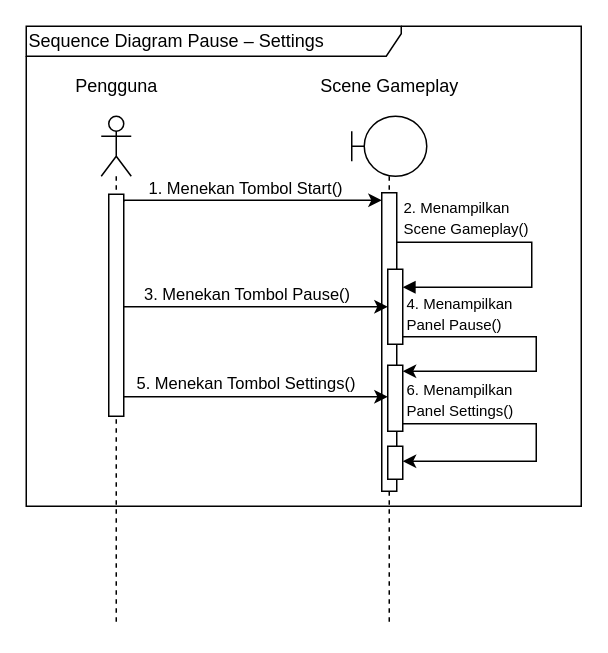
Earlier version of the draw.io diagram skripsi/skripsi/gambar/BAB III/Sequence Diagram/Sequence Diagram Pause – Settings.drawio (hako-975/UNPAM-File). Source tidied: cells renumbered, new cells numbered last; positions are measured from the earlier drawing's top-left corner, leaving out a move shared by most shapes. Both pictures are drawn from the tidied source at 150%, with x=0, y=0 at pixel (26, 26).
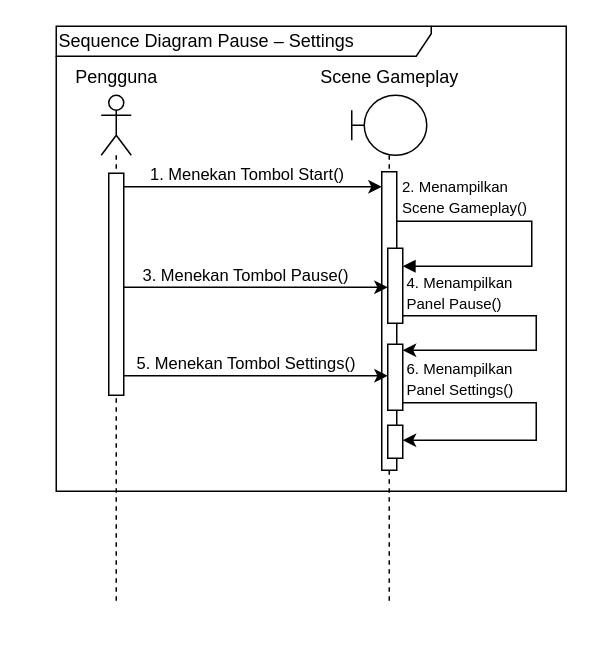
After the change.

Unchanged cells that the change refers to:
```xml
<mxCell id="3" style="html=1;points=[[0,0,0,0,5],[0,1,0,0,-5],[1,0,0,0,5],[1,1,0,0,-5]];perimeter=orthogonalPerimeter;outlineConnect=0;targetShapes=umlLifeline;portConstraint=eastwest;newEdgeStyle={&quot;curved&quot;:0,&quot;rounded&quot;:0};" parent="2" vertex="1">
  <mxGeometry x="5" y="52" width="10" height="148" as="geometry" />
</mxCell>
<mxCell id="7" style="html=1;points=[[0,0,0,0,5],[0,1,0,0,-5],[1,0,0,0,5],[1,1,0,0,-5]];perimeter=orthogonalPerimeter;outlineConnect=0;targetShapes=umlLifeline;portConstraint=eastwest;newEdgeStyle={&quot;curved&quot;:0,&quot;rounded&quot;:0};" parent="6" vertex="1">
  <mxGeometry x="20" y="51" width="10" height="199" as="geometry" />
</mxCell>
<mxCell id="10" style="html=1;points=[[0,0,0,0,5],[0,1,0,0,-5],[1,0,0,0,5],[1,1,0,0,-5]];perimeter=orthogonalPerimeter;outlineConnect=0;targetShapes=umlLifeline;portConstraint=eastwest;newEdgeStyle={&quot;curved&quot;:0,&quot;rounded&quot;:0};" parent="6" vertex="1">
  <mxGeometry x="24" y="102" width="10" height="50" as="geometry" />
</mxCell>
```

Change to the diagram source:
```diff
@@
     <mxCell id="2" value="&lt;div&gt;&lt;/div&gt;" style="shape=umlLifeline;perimeter=lifelinePerimeter;whiteSpace=wrap;html=1;newEdgeStyle={&quot;curved&quot;:0,&quot;rounded&quot;:0};participant=umlActor;size=40;" parent="1" vertex="1">
-      <mxGeometry x="50" y="60" width="20" height="340" as="geometry" />
+      <mxGeometry x="50" y="46" width="20" height="340" as="geometry" />
     </mxCell>
@@
     <mxCell id="4" value="&lt;div&gt;Pengguna&lt;/div&gt;" style="text;html=1;align=center;verticalAlign=middle;strokeColor=none;fillColor=none;" parent="1" vertex="1">
-      <mxGeometry x="20" y="25" width="80" height="30" as="geometry" />
+      <mxGeometry x="20" y="19" width="80" height="30" as="geometry" />
     </mxCell>
     <mxCell id="5" value="Sequence Diagram Pause – Settings" style="shape=umlFrame;whiteSpace=wrap;html=1;width=250;height=20;align=left;" parent="1" vertex="1">
-      <mxGeometry width="370" height="320" as="geometry" />
+      <mxGeometry x="20" width="340" height="310" as="geometry" />
     </mxCell>
     <mxCell id="6" style="shape=umlLifeline;perimeter=lifelinePerimeter;whiteSpace=wrap;html=1;newEdgeStyle={&quot;curved&quot;:0,&quot;rounded&quot;:0};participant=umlBoundary;" parent="1" vertex="1">
-      <mxGeometry x="217" y="60" width="50" height="339" as="geometry" />
+      <mxGeometry x="217" y="46" width="50" height="339" as="geometry" />
     </mxCell>
@@
     <mxCell id="14" value="&lt;div&gt;Scene Gameplay&lt;/div&gt;" style="text;html=1;align=center;verticalAlign=middle;strokeColor=none;fillColor=none;" parent="1" vertex="1">
-      <mxGeometry x="182" y="25" width="120" height="30" as="geometry" />
+      <mxGeometry x="182" y="19" width="120" height="30" as="geometry" />
     </mxCell>
-    <mxCell id="15" style="edgeStyle=orthogonalEdgeStyle;rounded=0;jettySize=auto;html=1;curved=0;entryX=0;entryY=0;entryDx=0;entryDy=5;entryPerimeter=0;exitX=1;exitY=0;exitDx=0;exitDy=5;exitPerimeter=0;" parent="1" edge="1" source="3" target="7">
+    <mxCell id="15" style="rounded=0;orthogonalLoop=1;jettySize=auto;html=1;exitX=1;exitY=0;exitDx=0;exitDy=5;exitPerimeter=0;" parent="1" edge="1">
       <mxGeometry relative="1" as="geometry">
-        <Array as="points">
-          <mxPoint x="65" y="116" />
-        </Array>
+        <mxPoint x="65" y="107" as="sourcePoint" />
+        <mxPoint x="237" y="107" as="targetPoint" />
       </mxGeometry>
     </mxCell>
@@
     <mxCell id="17" value="&lt;span style=&quot;font-size: 10px;&quot;&gt;2. Menampilkan&amp;nbsp;&lt;/span&gt;&lt;div&gt;&lt;span style=&quot;font-size: 10px;&quot;&gt;Scene&amp;nbsp;&lt;/span&gt;&lt;span style=&quot;font-size: 10px;&quot;&gt;Gameplay()&lt;/span&gt;&lt;/div&gt;" style="edgeLabel;html=1;align=left;verticalAlign=middle;" parent="15" vertex="1">
       <mxGeometry x="-0.33" y="1" relative="1" as="geometry">
-        <mxPoint x="128" y="12" as="offset" />
+        <mxPoint x="126" y="7" as="offset" />
       </mxGeometry>
     </mxCell>
-    <mxCell id="18" style="edgeStyle=orthogonalEdgeStyle;rounded=0;jettySize=auto;html=1;curved=0;" parent="1" edge="1" source="3" target="10">
-      <mxGeometry relative="1" as="geometry">
-        <Array as="points">
-          <mxPoint x="110" y="187" />
-          <mxPoint x="110" y="187" />
-        </Array>
-      </mxGeometry>
-    </mxCell>
     <mxCell id="19" value="3. Menekan Tombol Pause()" style="edgeLabel;html=1;align=left;verticalAlign=middle;" parent="1" vertex="1">
-      <mxGeometry x="77" y="178" as="geometry" />
+      <mxGeometry x="76" y="165" as="geometry" />
     </mxCell>
     <mxCell id="20" value="&lt;span style=&quot;font-size: 10px;&quot;&gt;4. Menampilkan&amp;nbsp;&lt;/span&gt;&lt;div&gt;&lt;span style=&quot;font-size: 10px;&quot;&gt;Panel Pause&lt;/span&gt;&lt;span style=&quot;font-size: 10px;&quot;&gt;()&lt;/span&gt;&lt;/div&gt;" style="edgeLabel;html=1;align=left;verticalAlign=middle;" parent="1" vertex="1">
-      <mxGeometry x="252" y="191" as="geometry" />
+      <mxGeometry x="252" y="177" as="geometry" />
     </mxCell>
-    <mxCell id="21" style="edgeStyle=orthogonalEdgeStyle;rounded=0;jettySize=auto;html=1;curved=0;" parent="1" edge="1" source="3">
-      <mxGeometry relative="1" as="geometry">
-        <mxPoint x="241" y="247" as="targetPoint" />
-        <Array as="points">
-          <mxPoint x="110" y="247" />
-          <mxPoint x="110" y="247" />
-        </Array>
-      </mxGeometry>
-    </mxCell>
     <mxCell id="22" value="5. Menekan Tombol Settings()" style="edgeLabel;html=1;align=left;verticalAlign=middle;" parent="1" vertex="1">
-      <mxGeometry x="72" y="237.7" as="geometry" />
+      <mxGeometry x="72" y="224.7" as="geometry" />
     </mxCell>
     <mxCell id="23" value="&lt;span style=&quot;font-size: 10px;&quot;&gt;6. Menampilkan&lt;br&gt;Panel Settings()&lt;/span&gt;" style="edgeLabel;html=1;align=left;verticalAlign=middle;" parent="1" vertex="1">
-      <mxGeometry x="252" y="248" as="geometry" />
+      <mxGeometry x="252" y="234" as="geometry" />
     </mxCell>
+    <mxCell id="24" style="rounded=0;orthogonalLoop=1;jettySize=auto;html=1;" parent="1" edge="1">
+      <mxGeometry relative="1" as="geometry">
+        <mxPoint x="65" y="174" as="sourcePoint" />
+        <mxPoint x="241" y="174" as="targetPoint" />
+      </mxGeometry>
+    </mxCell>
+    <mxCell id="25" style="rounded=0;orthogonalLoop=1;jettySize=auto;html=1;" parent="1" edge="1">
+      <mxGeometry relative="1" as="geometry">
+        <mxPoint x="65" y="233" as="sourcePoint" />
+        <mxPoint x="241" y="233" as="targetPoint" />
+      </mxGeometry>
+    </mxCell>
```
